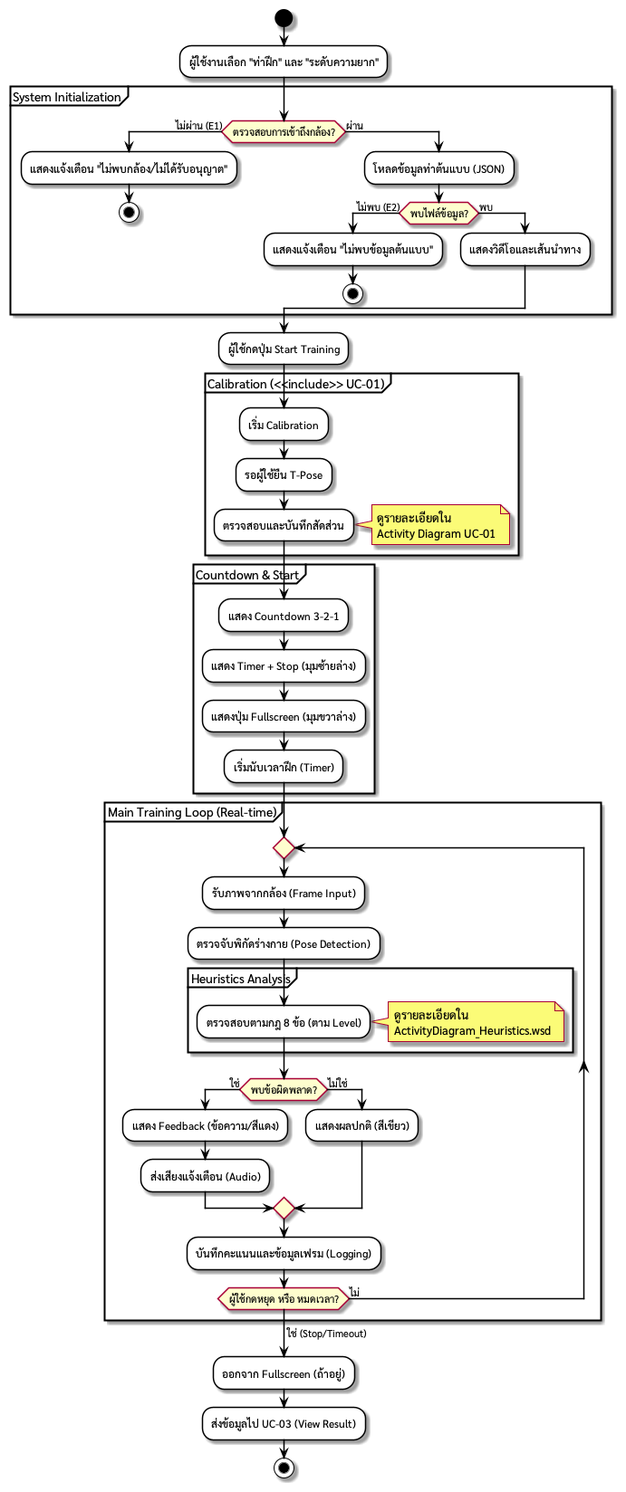
vyut/TaijiFlow keeps this PlantUML diagram as out/docs/diagrams/activityDiagram_UC02/TaijiFlow_Activity_Diagram_UC02.png. Above is the earlier version.
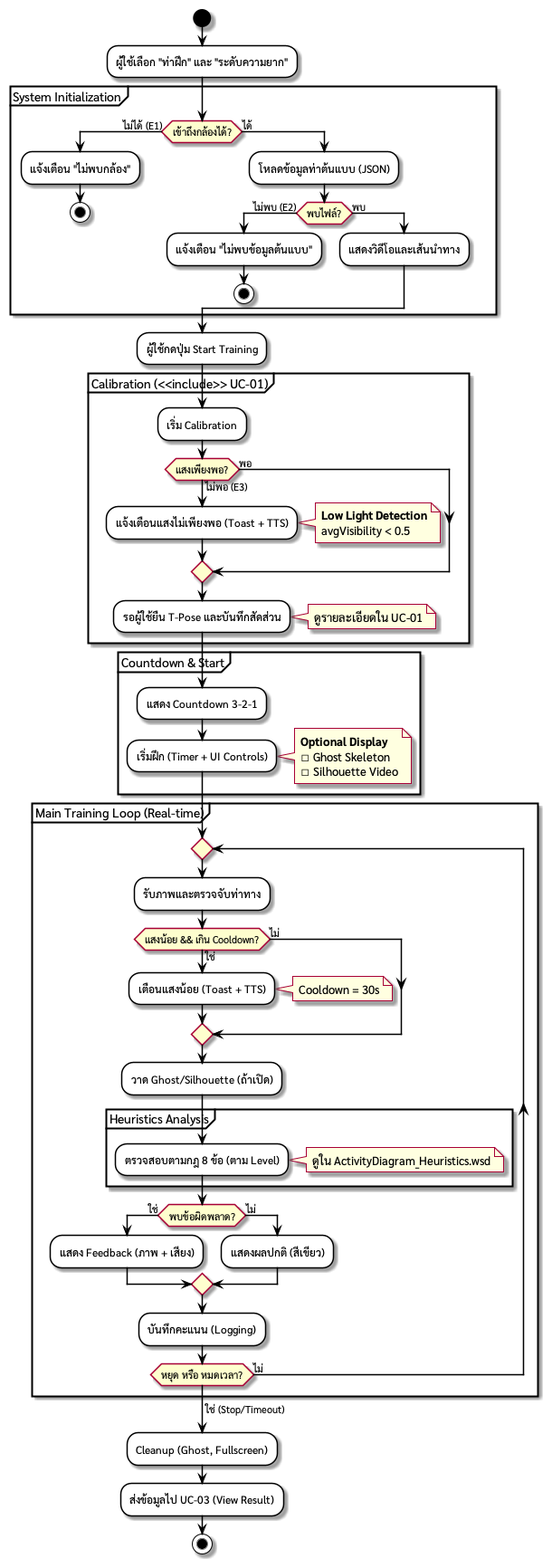
Later version of the same file.

Commit message:
Fixed diagrams and add gesture guide on overlay

The edit, as a diff of the source:
```diff
@@ -1,23 +1,27 @@
 @startuml TaijiFlow_Activity_Diagram_UC02
+
 skinparam defaultFontName "sarabun"
 skinparam activity {
     BackgroundColor White
     BorderColor Black
     ArrowColor Black
 }
+skinparam note {
+    BackgroundColor LightYellow
+}
 
 start
 
-:ผู้ใช้งานเลือก "ท่าฝึก" และ "ระดับความยาก";
+:ผู้ใช้เลือก "ท่าฝึก" และ "ระดับความยาก";
 
 partition "System Initialization" {
-    if (ตรวจสอบการเข้าถึงกล้อง?) then (ไม่ผ่าน (E1))
-        :แสดงแจ้งเตือน "ไม่พบกล้อง/ไม่ได้รับอนุญาต";
+    if (เข้าถึงกล้องได้?) then (ไม่ได้ (E1))
+        :แจ้งเตือน "ไม่พบกล้อง";
         stop
-    else (ผ่าน)
+    else (ได้)
         :โหลดข้อมูลท่าต้นแบบ (JSON);
-        if (พบไฟล์ข้อมูล?) then (ไม่พบ (E2))
-            :แสดงแจ้งเตือน "ไม่พบข้อมูลต้นแบบ";
+        if (พบไฟล์?) then (ไม่พบ (E2))
+            :แจ้งเตือน "ไม่พบข้อมูลต้นแบบ";
             stop
         else (พบ)
             :แสดงวิดีโอและเส้นนำทาง;
@@ -29,48 +33,60 @@
 
 partition "Calibration (<<include>> UC-01)" {
     :เริ่ม Calibration;
-    :รอผู้ใช้ยืน T-Pose;
-    :ตรวจสอบและบันทึกสัดส่วน;
-    note right
-        ดูรายละเอียดใน
-        Activity Diagram UC-01
-    end note
+
+    if (แสงเพียงพอ?) then (ไม่พอ (E3))
+        :แจ้งเตือนแสงไม่เพียงพอ (Toast + TTS);
+        note right
+            **Low Light Detection**
+            avgVisibility < 0.5
+        end note
+    else (พอ)
+    endif
+
+    :รอผู้ใช้ยืน T-Pose และบันทึกสัดส่วน;
+    note right: ดูรายละเอียดใน UC-01
 }
 
 partition "Countdown & Start" {
     :แสดง Countdown 3-2-1;
-    :แสดง Timer + Stop (มุมซ้ายล่าง);
-    :แสดงปุ่ม Fullscreen (มุมขวาล่าง);
-    :เริ่มนับเวลาฝึก (Timer);
+    :เริ่มฝึก (Timer + UI Controls);
+    note right
+        **Optional Display**
+        ☐ Ghost Skeleton
+        ☐ Silhouette Video
+    end note
 }
 
 partition "Main Training Loop (Real-time)" {
     repeat
-        :รับภาพจากกล้อง (Frame Input);
-        :ตรวจจับพิกัดร่างกาย (Pose Detection);
+        :รับภาพและตรวจจับท่าทาง;
+
+        if (แสงน้อย && เกิน Cooldown?) then (ใช่)
+            :เตือนแสงน้อย (Toast + TTS);
+            note right: Cooldown = 30s
+        else (ไม่)
+        endif
+
+        :วาด Ghost/Silhouette (ถ้าเปิด);
 
         partition "Heuristics Analysis" {
             :ตรวจสอบตามกฎ 8 ข้อ (ตาม Level);
-            note right
-                ดูรายละเอียดใน
-                ActivityDiagram_Heuristics.wsd
-            end note
+            note right: ดูใน ActivityDiagram_Heuristics.wsd
         }
 
         if (พบข้อผิดพลาด?) then (ใช่)
-            :แสดง Feedback (ข้อความ/สีแดง);
-            :ส่งเสียงแจ้งเตือน (Audio);
-        else (ไม่ใช่)
+            :แสดง Feedback (ภาพ + เสียง);
+        else (ไม่)
             :แสดงผลปกติ (สีเขียว);
         endif
 
-        :บันทึกคะแนนและข้อมูลเฟรม (Logging);
+        :บันทึกคะแนน (Logging);
 
-    repeat while (ผู้ใช้กดหยุด หรือ หมดเวลา?) is (ไม่)
+    repeat while (หยุด หรือ หมดเวลา?) is (ไม่)
     -> ใช่ (Stop/Timeout);
 }
 
-:ออกจาก Fullscreen (ถ้าอยู่);
+:Cleanup (Ghost, Fullscreen);
 :ส่งข้อมูลไป UC-03 (View Result);
 
 stop
```
